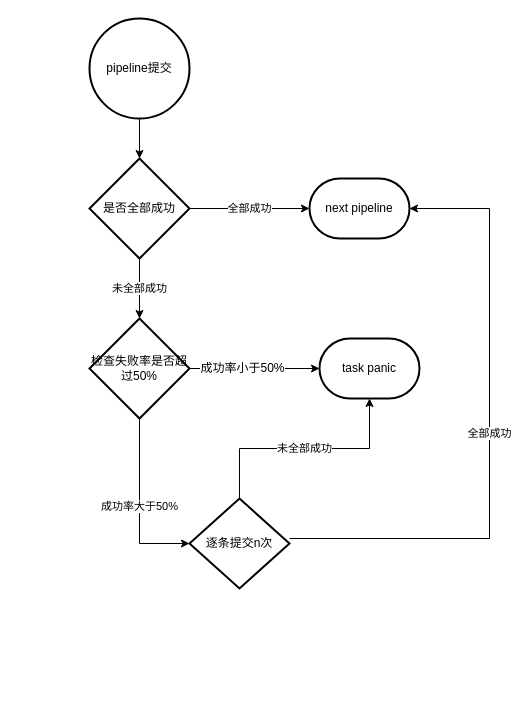
Before: doc/img/pipeline_compensate.drawio in TraceNature/redissyncer-server, a draw.io diagram. Source tidied: cells renumbered, new cells numbered last; positions are measured from the earlier drawing's top-left corner, leaving out a move shared by most shapes. Both pictures are drawn from the tidied source at 100%, with x=0, y=0 at pixel (89, 18).
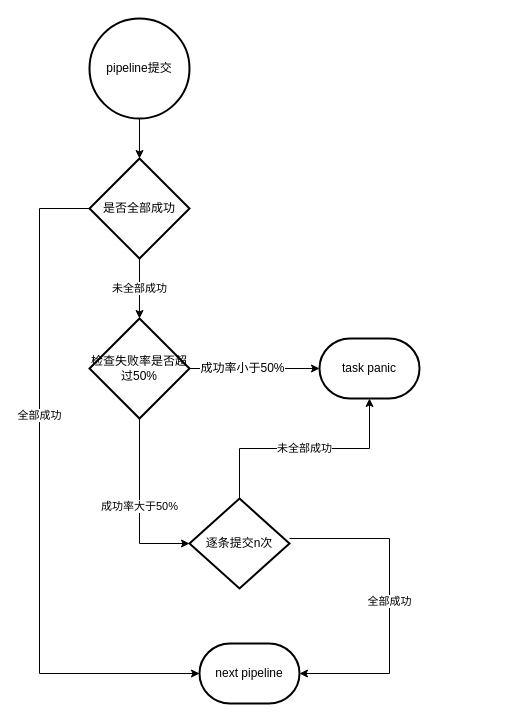
The same page after the edit.

Commit message:
update pipeline compensate

The change refers to these unchanged cells:
```xml
<mxCell id="4" value="是否全部成功" style="strokeWidth=2;html=1;shape=mxgraph.flowchart.decision;whiteSpace=wrap;" parent="1" vertex="1">
  <mxGeometry y="140" width="100" height="100" as="geometry" />
</mxCell>
<mxCell id="11" value="检查失败率是否超过50%" style="strokeWidth=2;html=1;shape=mxgraph.flowchart.decision;whiteSpace=wrap;" parent="1" vertex="1">
  <mxGeometry y="300" width="100" height="100" as="geometry" />
</mxCell>
<mxCell id="15" value="逐条提交n次" style="strokeWidth=2;html=1;shape=mxgraph.flowchart.decision;whiteSpace=wrap;" parent="1" vertex="1">
  <mxGeometry x="100" y="480" width="100" height="90" as="geometry" />
</mxCell>
```

Diff of the diagram source:
```diff
@@
+    <mxCell id="3" value="未全部成功" style="edgeStyle=orthogonalEdgeStyle;rounded=0;jettySize=auto;html=1;exitX=0.5;exitY=1;exitDx=0;exitDy=0;exitPerimeter=0;entryX=0.5;entryY=0;entryDx=0;entryDy=0;entryPerimeter=0;" parent="1" edge="1" source="4" target="11">
+      <mxGeometry relative="1" as="geometry" />
+    </mxCell>
-    <mxCell id="2" value="全部成功" style="edgeStyle=orthogonalEdgeStyle;rounded=0;jettySize=auto;html=1;exitX=1;exitY=0.5;exitDx=0;exitDy=0;exitPerimeter=0;entryX=0;entryY=0.5;entryDx=0;entryDy=0;entryPerimeter=0;" parent="1" edge="1" source="4" target="7">
-      <mxGeometry relative="1" as="geometry" />
+    <mxCell id="2" value="全部成功" style="edgeStyle=orthogonalEdgeStyle;rounded=0;jettySize=auto;html=1;exitX=0;exitY=0.5;exitDx=0;exitDy=0;exitPerimeter=0;entryX=0;entryY=0.5;entryDx=0;entryDy=0;entryPerimeter=0;" parent="1" edge="1" source="4" target="7">
+      <mxGeometry x="-0.24" relative="1" as="geometry">
+        <Array as="points">
+          <mxPoint x="-50" y="190" />
+          <mxPoint x="-50" y="655" />
+        </Array>
+      </mxGeometry>
     </mxCell>
-    <mxCell id="3" value="未全部成功" style="edgeStyle=orthogonalEdgeStyle;rounded=0;jettySize=auto;html=1;exitX=0.5;exitY=1;exitDx=0;exitDy=0;exitPerimeter=0;entryX=0.5;entryY=0;entryDx=0;entryDy=0;entryPerimeter=0;" parent="1" edge="1" source="4" target="11">
-      <mxGeometry relative="1" as="geometry" />
-    </mxCell>
@@
     <mxCell id="7" value="next pipeline" style="strokeWidth=2;html=1;shape=mxgraph.flowchart.terminator;whiteSpace=wrap;" parent="1" vertex="1">
-      <mxGeometry x="220" y="160" width="100" height="60" as="geometry" />
+      <mxGeometry x="110" y="625" width="100" height="60" as="geometry" />
     </mxCell>
@@
     <mxCell id="13" value="全部成功" style="edgeStyle=orthogonalEdgeStyle;rounded=0;jettySize=auto;html=1;entryX=1;entryY=0.5;entryDx=0;entryDy=0;entryPerimeter=0;" parent="1" edge="1" source="15" target="7">
       <mxGeometry relative="1" as="geometry">
         <Array as="points">
-          <mxPoint x="400" y="520" />
-          <mxPoint x="400" y="190" />
+          <mxPoint x="300" y="520" />
+          <mxPoint x="300" y="655" />
         </Array>
       </mxGeometry>
     </mxCell>
```
